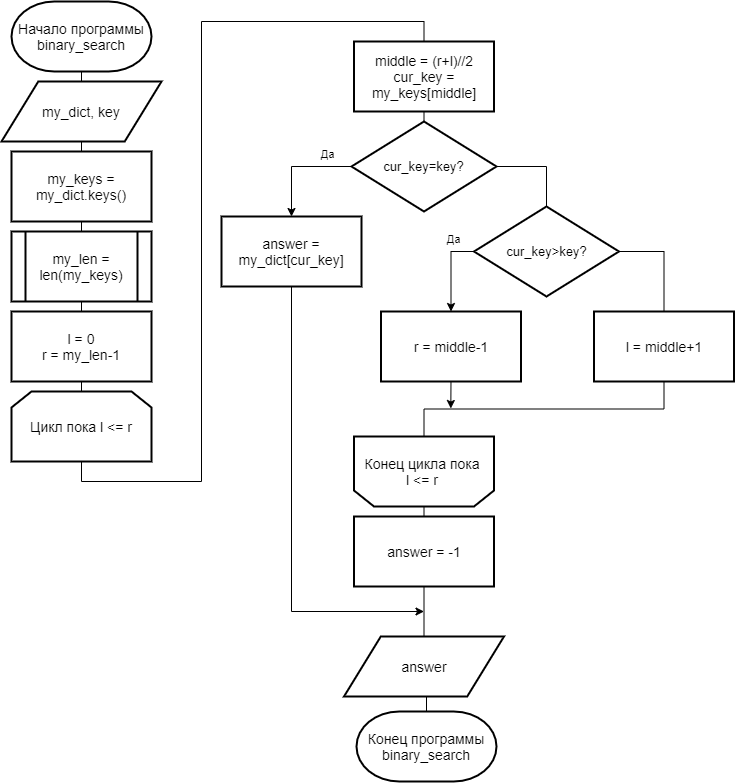
alena-zayts/BMSTU_5sem_analysis_of_algorithms keeps this draw.io diagram as lab7/report/inc/img/binary_search.png. Above is the earlier version. Source tidied: cells renumbered, new cells last; positions are measured from the earlier drawing's top-left corner, leaving out a move shared by most shapes.
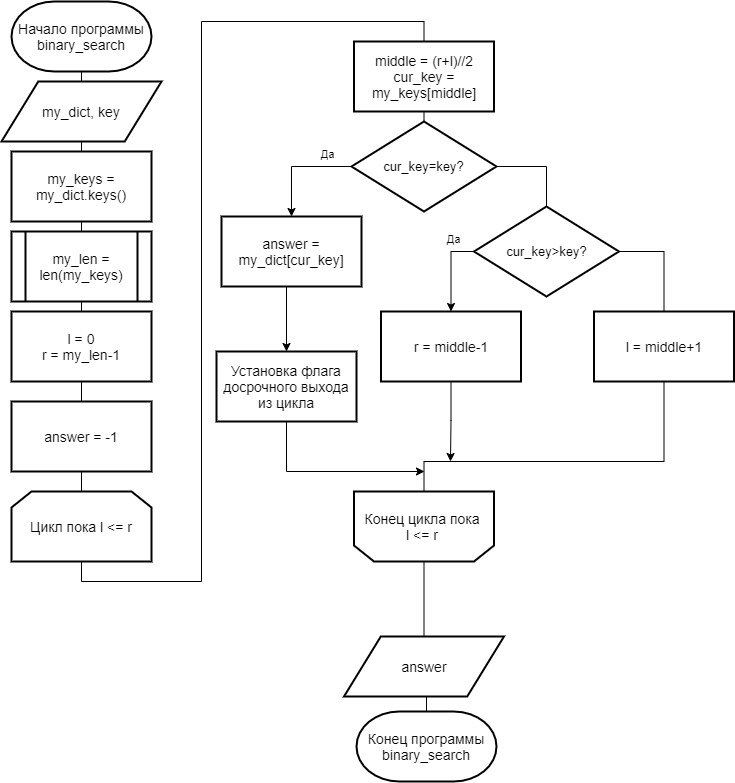
The same file after the commit.

Diff of the diagram source:
```diff
@@ -2,6 +2,9 @@
   <root>
     <mxCell id="0" />
     <mxCell id="1" parent="0" />
+    <mxCell id="26" style="edgeStyle=orthogonalEdgeStyle;rounded=0;jettySize=auto;html=1;exitX=0.5;exitY=0;exitDx=0;exitDy=0;exitPerimeter=0;entryX=0.5;entryY=1;entryDx=0;entryDy=0;entryPerimeter=0;endArrow=none;endFill=0;" parent="1" edge="1" source="21" target="25">
+      <mxGeometry relative="1" as="geometry" />
+    </mxCell>
     <mxCell id="2" style="edgeStyle=orthogonalEdgeStyle;rounded=0;jettySize=auto;html=1;exitX=0.5;exitY=1;exitDx=0;exitDy=0;entryX=0.5;entryY=0;entryDx=0;entryDy=0;endArrow=none;endFill=0;" parent="1" edge="1" target="12">
       <mxGeometry relative="1" as="geometry">
         <mxPoint x="422.5" y="110" as="sourcePoint" />
@@ -42,12 +45,12 @@
     <mxCell id="12" value="cur_key=key?" style="rhombus;whiteSpace=wrap;html=1;strokeWidth=2;fontSize=13;" parent="1" vertex="1">
       <mxGeometry x="350" y="120" width="145" height="90" as="geometry" />
     </mxCell>
-    <mxCell id="13" style="edgeStyle=orthogonalEdgeStyle;rounded=0;jettySize=auto;html=1;exitX=0.5;exitY=1;exitDx=0;exitDy=0;" parent="1" edge="1" source="14">
+    <mxCell id="13" style="edgeStyle=orthogonalEdgeStyle;rounded=0;jettySize=auto;html=1;exitX=0.5;exitY=1;exitDx=0;exitDy=0;" parent="1" edge="1" source="38">
       <mxGeometry relative="1" as="geometry">
-        <mxPoint x="422.5" y="610" as="targetPoint" />
+        <mxPoint x="423" y="470" as="targetPoint" />
         <Array as="points">
-          <mxPoint x="290.5" y="610" />
-          <mxPoint x="422.5" y="610" />
+          <mxPoint x="285" y="470" />
+          <mxPoint x="423" y="470" />
         </Array>
       </mxGeometry>
     </mxCell>
@@ -67,23 +70,23 @@
       <mxGeometry relative="1" as="geometry" />
     </mxCell>
     <mxCell id="19" value="&lt;span style=&quot;font-size: 14px&quot;&gt;Конец ц&lt;/span&gt;&lt;span style=&quot;font-size: 14px&quot;&gt;икла&amp;nbsp;&lt;/span&gt;&lt;span style=&quot;font-size: 14px&quot;&gt;пока &lt;br&gt;l &amp;lt;= r&lt;/span&gt;&lt;span style=&quot;font-size: 14px&quot;&gt;&amp;nbsp;&lt;/span&gt;&lt;span style=&quot;font-size: 14px&quot;&gt;&lt;br&gt;&lt;/span&gt;" style="shape=loopLimit;whiteSpace=wrap;html=1;strokeWidth=2;direction=west;" parent="1" vertex="1">
-      <mxGeometry x="352.5" y="435" width="140" height="70" as="geometry" />
+      <mxGeometry x="352.5" y="490" width="140" height="70" as="geometry" />
     </mxCell>
     <mxCell id="20" style="edgeStyle=orthogonalEdgeStyle;rounded=0;jettySize=auto;html=1;exitX=0.5;exitY=1;exitDx=0;exitDy=0;entryX=0.5;entryY=0;entryDx=0;entryDy=0;endArrow=none;endFill=0;" parent="1" edge="1" source="21" target="29">
       <mxGeometry relative="1" as="geometry">
         <Array as="points">
-          <mxPoint x="80" y="480" />
-          <mxPoint x="200" y="480" />
+          <mxPoint x="80" y="580" />
+          <mxPoint x="200" y="580" />
           <mxPoint x="200" y="20" />
-          <mxPoint x="422" y="20" />
+          <mxPoint x="423" y="20" />
         </Array>
       </mxGeometry>
     </mxCell>
     <mxCell id="21" value="&lt;span style=&quot;font-size: 14px&quot;&gt;Цикл пока l &amp;lt;= r&lt;/span&gt;" style="shape=loopLimit;whiteSpace=wrap;html=1;strokeWidth=2;" parent="1" vertex="1">
-      <mxGeometry x="10" y="390" width="140" height="70" as="geometry" />
+      <mxGeometry x="10" y="490" width="140" height="70" as="geometry" />
     </mxCell>
     <mxCell id="22" value="answer = -1" style="rounded=0;whiteSpace=wrap;html=1;strokeWidth=2;fontSize=14;" parent="1" vertex="1">
-      <mxGeometry x="352.5" y="515" width="140" height="70" as="geometry" />
+      <mxGeometry x="10" y="400" width="140" height="70" as="geometry" />
     </mxCell>
     <mxCell id="23" style="edgeStyle=orthogonalEdgeStyle;rounded=0;jettySize=auto;html=1;exitX=0.5;exitY=1;exitDx=0;exitDy=0;entryX=0.5;entryY=0;entryDx=0;entryDy=0;endArrow=none;endFill=0;" parent="1" edge="1" source="24" target="25">
       <mxGeometry relative="1" as="geometry" />
@@ -94,9 +97,6 @@
     <mxCell id="25" value="l = 0&lt;br&gt;r = my_len-1" style="rounded=0;whiteSpace=wrap;html=1;strokeWidth=2;fontSize=14;" parent="1" vertex="1">
       <mxGeometry x="10" y="310" width="140" height="70" as="geometry" />
     </mxCell>
-    <mxCell id="26" style="edgeStyle=orthogonalEdgeStyle;rounded=0;jettySize=auto;html=1;exitX=0.5;exitY=0;exitDx=0;exitDy=0;exitPerimeter=0;entryX=0.5;entryY=1;entryDx=0;entryDy=0;entryPerimeter=0;endArrow=none;endFill=0;" parent="1" edge="1" source="21" target="25">
-      <mxGeometry relative="1" as="geometry" />
-    </mxCell>
     <mxCell id="27" style="edgeStyle=orthogonalEdgeStyle;rounded=0;jettySize=auto;html=1;exitX=0.5;exitY=1;exitDx=0;exitDy=0;entryX=0.5;entryY=0;entryDx=0;entryDy=0;endArrow=none;endFill=0;" parent="1" edge="1" source="28" target="24">
       <mxGeometry relative="1" as="geometry" />
     </mxCell>
@@ -115,14 +115,22 @@
     <mxCell id="32" style="edgeStyle=orthogonalEdgeStyle;rounded=0;orthogonalLoop=1;jettySize=auto;html=1;exitX=0.5;exitY=1;exitDx=0;exitDy=0;endArrow=classic;endFill=1;" parent="1" edge="1">
       <mxGeometry relative="1" as="geometry">
         <mxPoint x="449.5" y="377" as="sourcePoint" />
-        <mxPoint x="449.3" y="407" as="targetPoint" />
+        <mxPoint x="449" y="460" as="targetPoint" />
+        <Array as="points">
+          <mxPoint x="450" y="419" />
+        </Array>
       </mxGeometry>
     </mxCell>
     <mxCell id="33" value="r = middle-1" style="rounded=0;whiteSpace=wrap;html=1;strokeWidth=2;fontSize=14;" parent="1" vertex="1">
       <mxGeometry x="379.5" y="310" width="140" height="70" as="geometry" />
     </mxCell>
     <mxCell id="34" style="edgeStyle=orthogonalEdgeStyle;rounded=0;jettySize=auto;html=1;exitX=0.5;exitY=1;exitDx=0;exitDy=0;entryX=0.5;entryY=1;entryDx=0;entryDy=0;endArrow=none;endFill=0;" parent="1" edge="1" source="35" target="19">
-      <mxGeometry relative="1" as="geometry" />
+      <mxGeometry relative="1" as="geometry">
+        <Array as="points">
+          <mxPoint x="663" y="460" />
+          <mxPoint x="423" y="460" />
+        </Array>
+      </mxGeometry>
     </mxCell>
     <mxCell id="35" value="l = middle+1" style="rounded=0;whiteSpace=wrap;html=1;strokeWidth=2;fontSize=14;" parent="1" vertex="1">
       <mxGeometry x="592.5" y="310" width="140" height="70" as="geometry" />
@@ -135,5 +143,15 @@
         <mxPoint x="-11.5" y="-14" as="offset" />
       </mxGeometry>
     </mxCell>
+    <mxCell id="38" value="Установка флага досрочного выхода из цикла" style="rounded=0;whiteSpace=wrap;html=1;strokeWidth=2;fontSize=14;" parent="1" vertex="1">
+      <mxGeometry x="215" y="350" width="140" height="70" as="geometry" />
+    </mxCell>
+    <mxCell id="39" style="edgeStyle=orthogonalEdgeStyle;rounded=0;jettySize=auto;html=1;exitX=0.5;exitY=1;exitDx=0;exitDy=0;" parent="1" edge="1" source="14" target="38">
+      <mxGeometry relative="1" as="geometry">
+        <Array as="points">
+          <mxPoint x="285" y="285" />
+        </Array>
+      </mxGeometry>
+    </mxCell>
   </root>
 </mxGraphModel>
```
